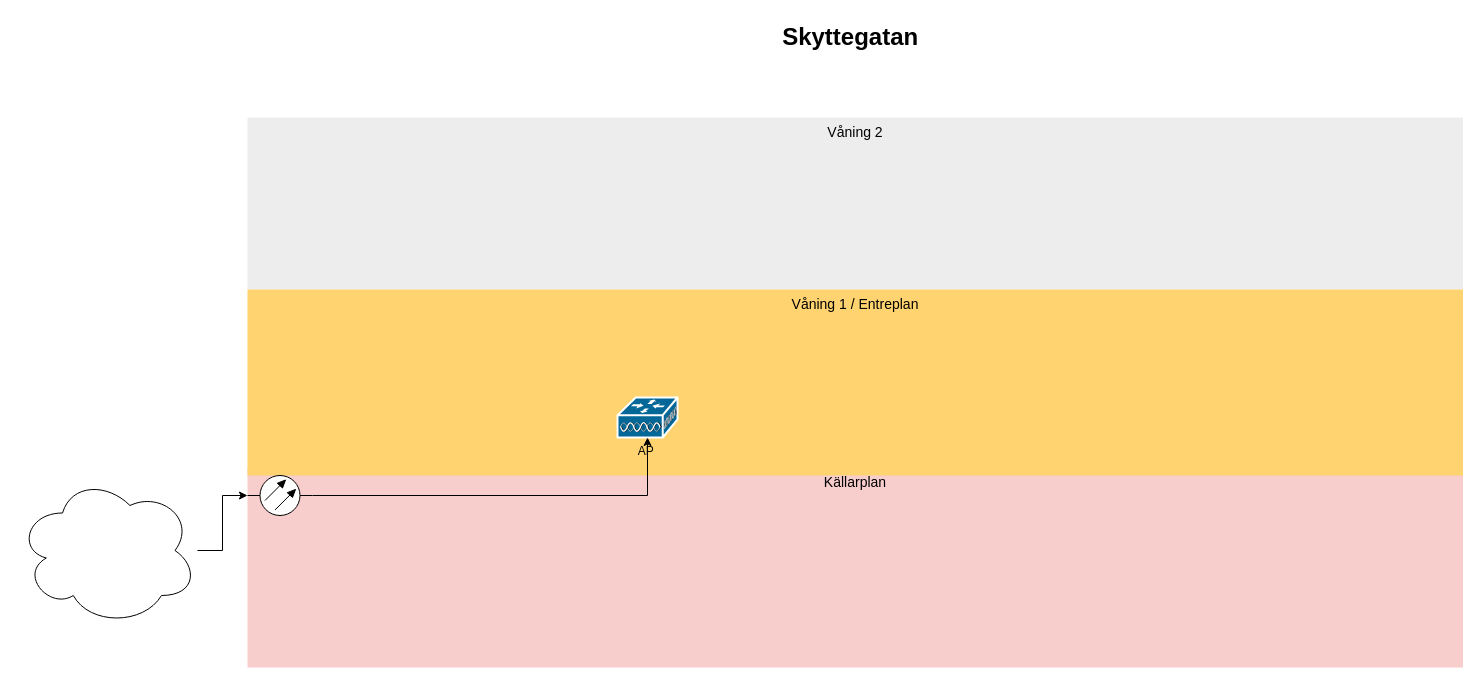
This is Skyttegatan_Internet.drawio from VJakoby/scripts-n-stuff, a draw.io file, before an edit. Source tidied: cells renumbered, new cells numbered last; positions are measured from the earlier drawing's top-left corner, leaving out a move shared by most shapes. Both pictures are drawn from the tidied source at 100%, with x=0, y=0 at pixel (17, 17). Pictures stored in the file or linked from it are replaced by grey dashed boxes.
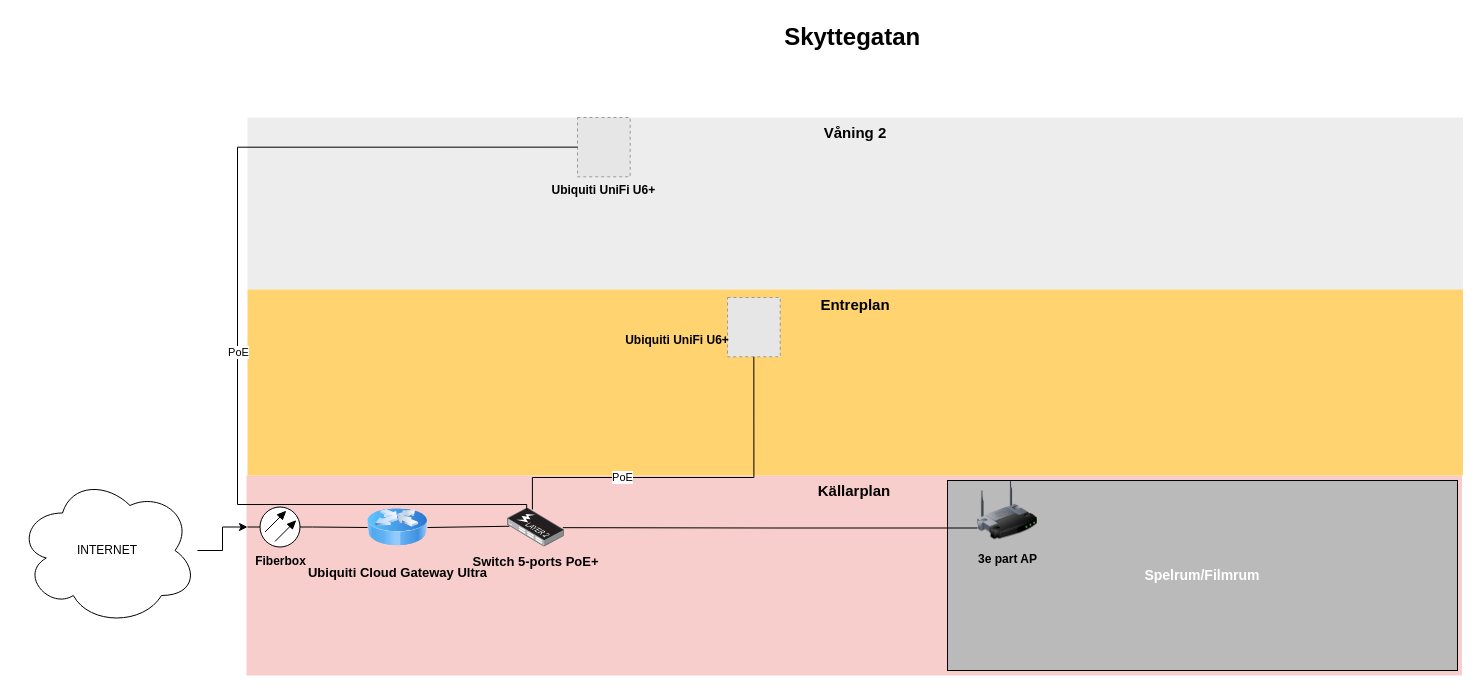
After the change.

What changed in the source:
```diff
@@
-    <mxCell id="2" value="Källarplan" style="whiteSpace=wrap;html=1;fillColor=#f8cecc;fontSize=14;strokeColor=none;verticalAlign=top;" parent="1" vertex="1">
-      <mxGeometry x="230" y="450" width="1215.5" height="200" as="geometry" />
+    <mxCell id="2" value="&lt;font style=&quot;font-size: 15px;&quot;&gt;&lt;b&gt;Källarplan&lt;/b&gt;&lt;/font&gt;" style="whiteSpace=wrap;html=1;fillColor=#f8cecc;fontSize=14;strokeColor=none;verticalAlign=top;" parent="1" vertex="1">
+      <mxGeometry x="229" y="458" width="1215.5" height="200" as="geometry" />
     </mxCell>
-    <mxCell id="3" value="Våning 2" style="whiteSpace=wrap;html=1;fillColor=#EDEDED;fontSize=14;strokeColor=none;verticalAlign=top;" parent="1" vertex="1">
+    <mxCell id="3" value="&lt;font style=&quot;font-size: 15px;&quot;&gt;&lt;b&gt;Våning 2&lt;/b&gt;&lt;/font&gt;" style="whiteSpace=wrap;html=1;fillColor=#EDEDED;fontSize=14;strokeColor=none;verticalAlign=top;" parent="1" vertex="1">
       <mxGeometry x="230" y="100" width="1215.5" height="172" as="geometry" />
     </mxCell>
-    <mxCell id="4" value="Våning 1 / Entreplan" style="whiteSpace=wrap;html=1;fillColor=#FFD470;gradientColor=none;fontSize=14;strokeColor=none;verticalAlign=top;" parent="1" vertex="1">
+    <mxCell id="4" value="&lt;b&gt;&lt;font style=&quot;font-size: 15px;&quot;&gt;Entreplan&lt;/font&gt;&lt;/b&gt;" style="whiteSpace=wrap;html=1;fillColor=#FFD470;gradientColor=none;fontSize=14;strokeColor=none;verticalAlign=top;" parent="1" vertex="1">
       <mxGeometry x="230" y="272" width="1215.5" height="186" as="geometry" />
     </mxCell>
@@
     <mxCell id="8" value="Skyttegatan&amp;nbsp;" style="text;strokeColor=none;fillColor=none;html=1;fontSize=24;fontStyle=1;verticalAlign=middle;align=center;" parent="1" vertex="1">
-      <mxGeometry x="405" width="861" height="40" as="geometry" />
+      <mxGeometry x="407.2" width="861" height="40" as="geometry" />
     </mxCell>
-    <mxCell id="9" style="verticalLabelPosition=bottom;shadow=0;dashed=0;align=center;html=1;verticalAlign=top;shape=mxgraph.electrical.transmission.optical_fiber2;" parent="1" vertex="1">
-      <mxGeometry x="230" y="458" width="65" height="40" as="geometry" />
+    <mxCell id="9" value="&lt;b&gt;Fiberbox&lt;/b&gt;" style="verticalLabelPosition=bottom;shadow=0;dashed=0;align=center;html=1;verticalAlign=top;shape=mxgraph.electrical.transmission.optical_fiber2;" parent="1" vertex="1">
+      <mxGeometry x="230" y="489.5" width="65" height="40" as="geometry" />
     </mxCell>
-    <mxCell id="10" style="ellipse;shape=cloud;whiteSpace=wrap;html=1;" parent="1" vertex="1">
+    <mxCell id="10" value="INTERNET" style="ellipse;shape=cloud;whiteSpace=wrap;html=1;" parent="1" vertex="1">
       <mxGeometry y="458" width="180" height="150" as="geometry" />
     </mxCell>
@@
-    <mxCell id="12" value="AP&amp;nbsp;" style="shape=mxgraph.cisco.misc.mesh_ap;html=1;dashed=0;fillColor=#036897;strokeColor=#ffffff;strokeWidth=2;verticalLabelPosition=bottom;verticalAlign=top;align=center;outlineConnect=0;" parent="1" vertex="1">
-      <mxGeometry x="600" y="380" width="60" height="40" as="geometry" />
-    </mxCell>
-    <mxCell id="13" style="edgeStyle=orthogonalEdgeStyle;rounded=0;jettySize=auto;html=1;exitX=1;exitY=0.5;exitDx=0;exitDy=0;exitPerimeter=0;entryX=0.5;entryY=1;entryDx=0;entryDy=0;entryPerimeter=0;" parent="1" edge="1" source="9" target="12">
-      <mxGeometry relative="1" as="geometry" />
-    </mxCell>
+    <mxCell id="14" value="&lt;font style=&quot;font-size: 13px;&quot;&gt;&lt;b&gt;Ubiquiti Cloud Gateway Ultra&lt;/b&gt;&lt;/font&gt;" style="image;html=1;image=img/lib/clip_art/networking/Router_Icon_128x128.png;fontSize=14;labelBackgroundColor=none;" parent="1" vertex="1">
+      <mxGeometry x="350" y="480" width="60" height="60" as="geometry" />
+    </mxCell>
+    <mxCell id="15" value="&lt;font style=&quot;font-size: 13px;&quot;&gt;&lt;b&gt;Switch 5-ports PoE+&lt;/b&gt;&lt;/font&gt;" style="image;points=[];html=1;align=center;shadow=0;dashed=0;image=img/lib/allied_telesis/switch/Switch_24_port_L2_POE.svg;labelBackgroundColor=none;" parent="1" vertex="1">
+      <mxGeometry x="490" y="490.5" width="56.9" height="39" as="geometry" />
+    </mxCell>
+    <mxCell id="16" style="endArrow=none;html=1;rounded=0;strokeWidth=1;exitX=1;exitY=0.5;exitDx=0;exitDy=0;exitPerimeter=0;entryX=0;entryY=0.5;entryDx=0;entryDy=0;" parent="1" edge="1" source="9" target="14">
+      <mxGeometry relative="1" as="geometry" />
+    </mxCell>
+    <mxCell id="17" style="endArrow=none;html=1;rounded=0;strokeWidth=1;exitX=1;exitY=0.5;exitDx=0;exitDy=0;entryX=0.031;entryY=0.468;entryDx=0;entryDy=0;entryPerimeter=0;endSize=5;" parent="1" edge="1" source="14" target="15">
+      <mxGeometry relative="1" as="geometry" />
+    </mxCell>
+    <mxCell id="18" style="fillColor=#E6E6E6;strokeColor=#999999;dashed=1;verticalLabelPosition=bottom;labelBackgroundColor=default;verticalAlign=top;align=right;" parent="1" vertex="1">
+      <mxGeometry x="710" y="280" width="52.7" height="59.3" as="geometry" />
+    </mxCell>
+    <mxCell id="19" value="Ubiquiti UniFi U6+" style="fillColor=#E6E6E6;strokeColor=#999999;dashed=1;verticalLabelPosition=bottom;labelBackgroundColor=none;verticalAlign=top;fontStyle=1;" parent="1" vertex="1">
+      <mxGeometry x="560" y="100" width="52.7" height="59.3" as="geometry" />
+    </mxCell>
+    <mxCell id="20" style="edgeStyle=orthogonalEdgeStyle;rounded=0;jettySize=auto;html=1;exitX=0.5;exitY=1;exitDx=0;exitDy=0;entryX=0.438;entryY=0.036;entryDx=0;entryDy=0;entryPerimeter=0;endArrow=none;startFill=0;" parent="1" edge="1" source="18" target="15">
+      <mxGeometry relative="1" as="geometry">
+        <Array as="points">
+          <mxPoint x="736" y="460" />
+          <mxPoint x="515" y="460" />
+        </Array>
+      </mxGeometry>
+    </mxCell>
+    <mxCell id="21" value="PoE" style="edgeLabel;html=1;align=center;verticalAlign=middle;" parent="20" vertex="1">
+      <mxGeometry x="0.35" y="-1" relative="1" as="geometry" />
+    </mxCell>
+    <mxCell id="22" style="edgeStyle=orthogonalEdgeStyle;rounded=0;jettySize=auto;html=1;exitX=0;exitY=0.5;exitDx=0;exitDy=0;entryX=0.338;entryY=0.039;entryDx=0;entryDy=0;entryPerimeter=0;endArrow=none;startFill=0;" parent="1" edge="1" source="19" target="15">
+      <mxGeometry relative="1" as="geometry">
+        <Array as="points">
+          <mxPoint x="220" y="130" />
+          <mxPoint x="220" y="487" />
+          <mxPoint x="509" y="487" />
+        </Array>
+      </mxGeometry>
+    </mxCell>
+    <mxCell id="23" value="PoE" style="edgeLabel;html=1;align=center;verticalAlign=middle;" parent="22" vertex="1">
+      <mxGeometry x="0.1" relative="1" as="geometry" />
+    </mxCell>
+    <mxCell id="24" value="&lt;b&gt;&lt;span&gt;&lt;br&gt;&lt;span style=&quot;color: rgb(0, 0, 0); font-family: Helvetica; font-size: 12px; font-style: normal; font-variant-ligatures: normal; font-variant-caps: normal; letter-spacing: normal; orphans: 2; text-align: center; text-indent: 0px; text-transform: none; widows: 2; word-spacing: 0px; -webkit-text-stroke-width: 0px; white-space: nowrap; text-decoration-thickness: initial; text-decoration-style: initial; text-decoration-color: initial; float: none; display: inline !important;&quot;&gt;Ubiquiti UniFi U6+&lt;/span&gt;&lt;/span&gt;&lt;br&gt;&lt;/b&gt;" style="text;html=1;align=center;verticalAlign=middle;whiteSpace=wrap;rounded=0;labelBackgroundColor=none;" parent="1" vertex="1">
+      <mxGeometry x="630" y="300" width="60" height="30" as="geometry" />
+    </mxCell>
+    <mxCell id="25" value="&lt;font style=&quot;color: rgb(255, 255, 255); font-size: 14px;&quot;&gt;&lt;b style=&quot;&quot;&gt;Spelrum/Filmrum&lt;/b&gt;&lt;/font&gt;" style="rounded=0;whiteSpace=wrap;html=1;fillColor=#BABABA;" parent="1" vertex="1">
+      <mxGeometry x="930" y="463" width="510" height="190" as="geometry" />
+    </mxCell>
+    <mxCell id="26" value="&lt;b&gt;3e part AP&lt;/b&gt;" style="image;html=1;image=img/lib/clip_art/networking/Wireless_Router_128x128.png;labelBackgroundColor=none;" parent="1" vertex="1">
+      <mxGeometry x="960" y="458" width="60" height="70" as="geometry" />
+    </mxCell>
+    <mxCell id="27" style="edgeStyle=orthogonalEdgeStyle;rounded=0;jettySize=auto;html=1;exitX=0;exitY=0.75;exitDx=0;exitDy=0;entryX=0.974;entryY=0.504;entryDx=0;entryDy=0;entryPerimeter=0;endArrow=none;startFill=0;" parent="1" edge="1" source="26" target="15">
+      <mxGeometry relative="1" as="geometry" />
+    </mxCell>
```
